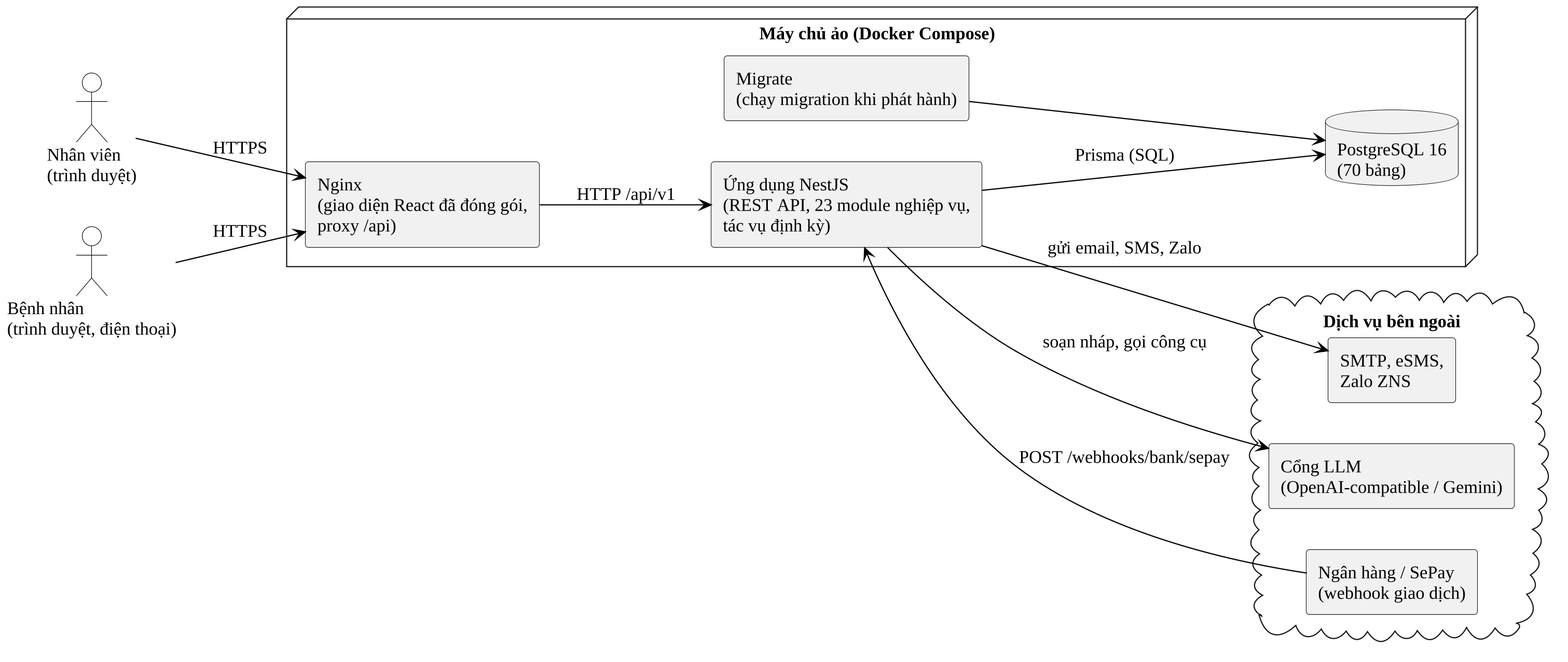
Earlier version of the PlantUML export docs/10_Thesis/bao-cao/hinh/3-1-kien-truc.png (Trantuan0310/dental-clinic-nestjs-react). Source of this version:
```plantuml
@startuml
!include _kieu.iuml
skinparam componentStyle rectangle
left to right direction
actor "Nhân viên\n(trình duyệt)" as NV
actor "Bệnh nhân\n(trình duyệt, điện thoại)" as BN
node "Máy chủ ảo (Docker Compose)" {
  component "Nginx\n(giao diện React đã đóng gói,\nproxy /api)" as WEB
  component "Ứng dụng NestJS\n(REST API, 23 module nghiệp vụ,\ntác vụ định kỳ)" as API
  database "PostgreSQL 16\n(70 bảng)" as DB
  component "Migrate\n(chạy migration khi phát hành)" as MIG
}
cloud "Dịch vụ bên ngoài" {
  component "Ngân hàng / SePay\n(webhook giao dịch)" as BANK
  component "SMTP, eSMS,\nZalo ZNS" as MSG
  component "Cổng LLM\n(OpenAI-compatible / Gemini)" as LLM
}
NV --> WEB : HTTPS
BN --> WEB : HTTPS
WEB --> API : HTTP /api/v1
API --> DB : Prisma (SQL)
MIG --> DB
BANK --> API : POST /webhooks/bank/sepay
API --> MSG : gửi email, SMS, Zalo
API --> LLM : soạn nháp, gọi công cụ
@enduml
```
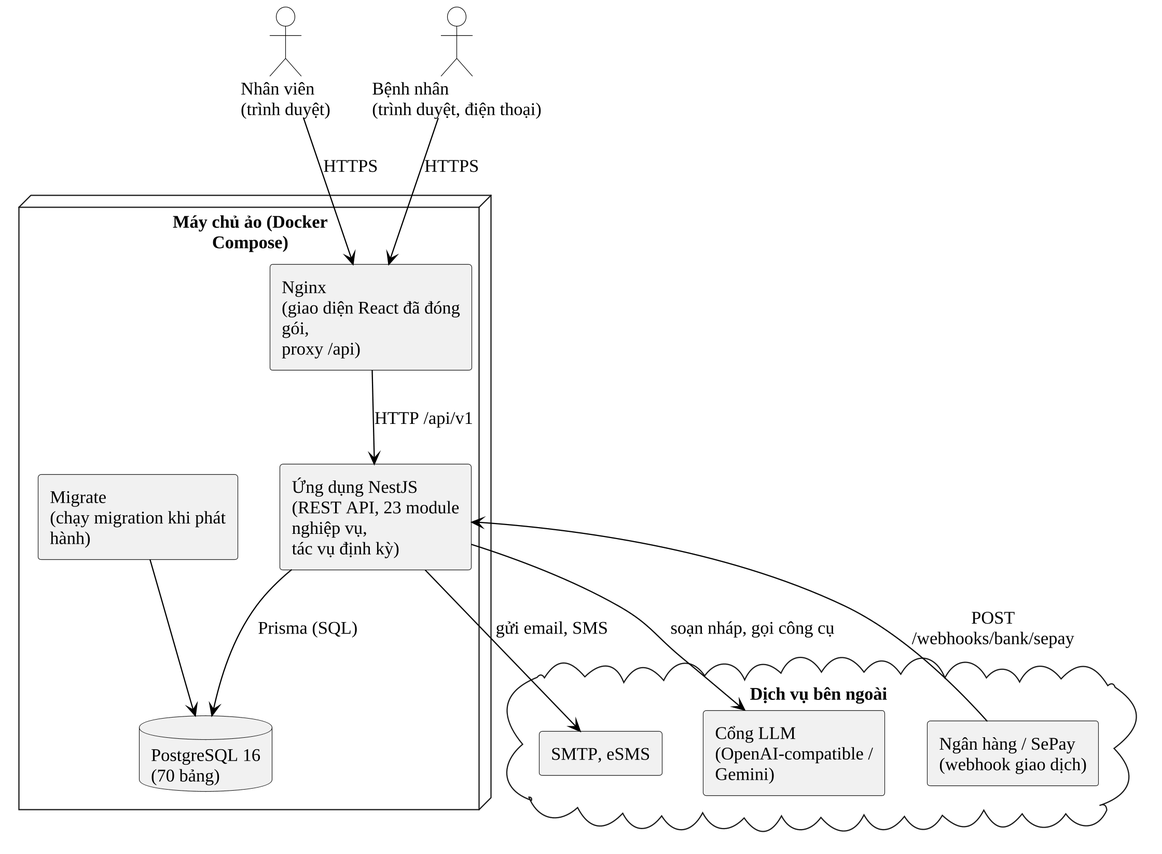
The same diagram one commit later.

Diff of the diagram source:
```diff
@@ -1,7 +1,6 @@
 @startuml
 !include _kieu.iuml
 skinparam componentStyle rectangle
-left to right direction
 actor "Nhân viên\n(trình duyệt)" as NV
 actor "Bệnh nhân\n(trình duyệt, điện thoại)" as BN
 node "Máy chủ ảo (Docker Compose)" {
@@ -12,7 +11,7 @@
 }
 cloud "Dịch vụ bên ngoài" {
   component "Ngân hàng / SePay\n(webhook giao dịch)" as BANK
-  component "SMTP, eSMS,\nZalo ZNS" as MSG
+  component "SMTP, eSMS" as MSG
   component "Cổng LLM\n(OpenAI-compatible / Gemini)" as LLM
 }
 NV --> WEB : HTTPS
@@ -21,6 +20,6 @@
 API --> DB : Prisma (SQL)
 MIG --> DB
 BANK --> API : POST /webhooks/bank/sepay
-API --> MSG : gửi email, SMS, Zalo
+API --> MSG : gửi email, SMS
 API --> LLM : soạn nháp, gọi công cụ
 @enduml
```
